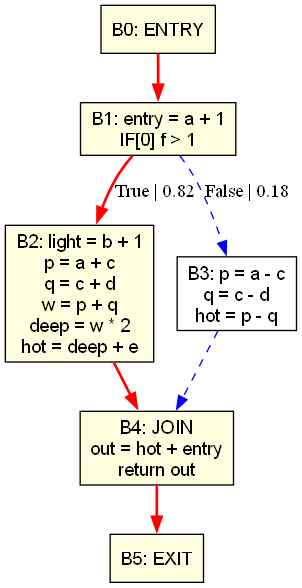
This is TraceSelection/trace_output.png from drazicmi/Trace_scheduling_implementation, a Graphviz export, as it was before one commit. Its source is kept beside it as TraceSelection/trace_output.dot.
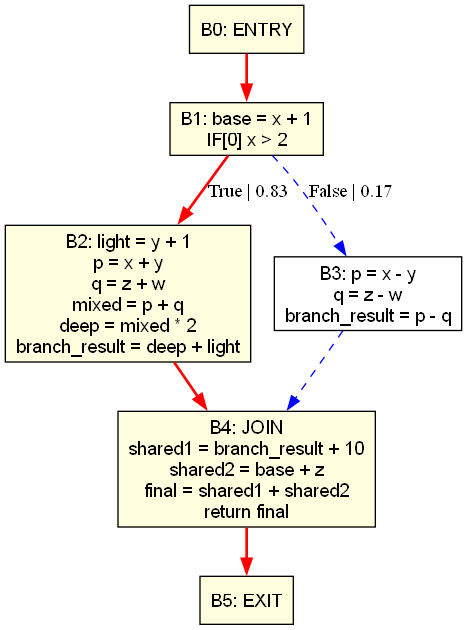
The same diagram one commit later.

Change to the diagram source:
```diff
@@ -2,14 +2,14 @@
   rankdir=TB;
   node [shape=box, fontname=Helvetica];
   B0 [label="B0: ENTRY", style="filled", fillcolor="lightyellow"];
-  B1 [label="B1: entry = a + 1\nIF[0] f > 1", style="filled", fillcolor="lightyellow"];
-  B2 [label="B2: light = b + 1\np = a + c\nq = c + d\nw = p + q\ndeep = w * 2\nhot = deep + e", style="filled", fillcolor="lightyellow"];
-  B3 [label="B3: p = a - c\nq = c - d\nhot = p - q"];
-  B4 [label="B4: JOIN\nout = hot + entry\nreturn out", style="filled", fillcolor="lightyellow"];
+  B1 [label="B1: base = x + 1\nIF[0] x > 2", style="filled", fillcolor="lightyellow"];
+  B2 [label="B2: light = y + 1\np = x + y\nq = z + w\nmixed = p + q\ndeep = mixed * 2\nbranch_result = deep + light", style="filled", fillcolor="lightyellow"];
+  B3 [label="B3: p = x - y\nq = z - w\nbranch_result = p - q"];
+  B4 [label="B4: JOIN\nshared1 = branch_result + 10\nshared2 = base + z\nfinal = shared1 + shared2\nreturn final", style="filled", fillcolor="lightyellow"];
   B5 [label="B5: EXIT", style="filled", fillcolor="lightyellow"];
   B0 -> B1 [color="red", penwidth=2.0];
-  B1 -> B2 [label="True | 0.82", color="red", penwidth=2.0];
-  B1 -> B3 [label="False | 0.18", color="blue", style="dashed"];
+  B1 -> B2 [label="True | 0.83", color="red", penwidth=2.0];
+  B1 -> B3 [label="False | 0.17", color="blue", style="dashed"];
   B2 -> B4 [color="red", penwidth=2.0];
   B3 -> B4 [color="blue", style="dashed"];
   B4 -> B5 [color="red", penwidth=2.0];
```
